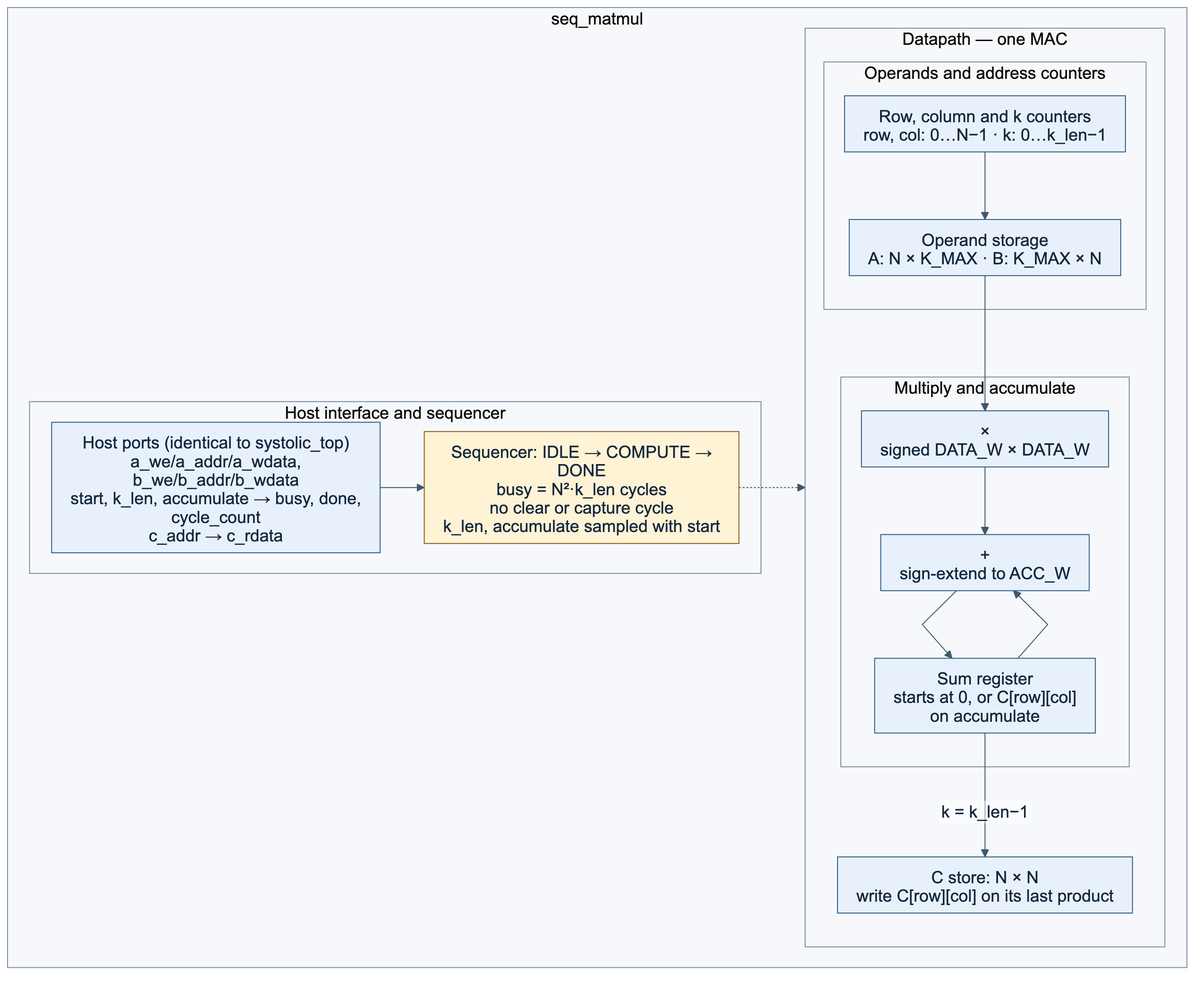
Earlier version of the Mermaid export docs/architecture/png/seq_baseline.png (vks-g/systolic-matmul-accelerator). Its source is kept beside it as docs/architecture/src/seq_baseline.mmd.
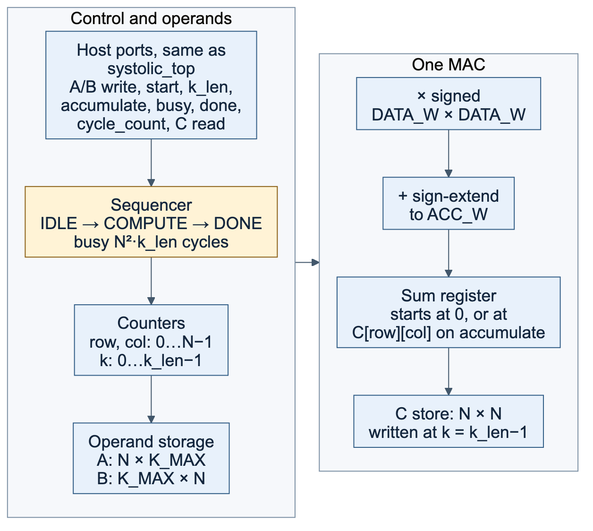
After the commit.

Commit message:
docs(architecture): fix the tiling grid order and narrow the baseline

Change to the diagram source:
```diff
@@ -1,44 +1,31 @@
 ---
 config:
   flowchart:
-    nodeSpacing: 24
-    rankSpacing: 22
-    padding: 10
-    wrappingWidth: 320
+    nodeSpacing: 18
+    rankSpacing: 26
+    padding: 8
+    wrappingWidth: 240
 ---
 flowchart LR
   accTitle: Sequential baseline block diagram — one MAC, same host interface as the accelerator
   accDescr: seq_matmul keeps the same ports, address map and host protocol as systolic_top. Operand storage holds A and B. Row, column and k counters address the storage. A single multiplier and adder form one MAC; the running sum restarts at zero, or at the stored C element on an accumulate run. Each finished element is written to the C store in the cycle of its last product. The sequencer is busy for N squared times k_len cycles.
 
-  subgraph top["seq_matmul"]
-    direction LR
-    subgraph control["Host interface and sequencer"]
-      direction TB
-      host["Host ports (identical to systolic_top)<br/>a_we/a_addr/a_wdata, b_we/b_addr/b_wdata<br/>start, k_len, accumulate → busy, done, cycle_count<br/>c_addr → c_rdata"]
-      seq["Sequencer: IDLE → COMPUTE → DONE<br/>busy = N²·k_len cycles<br/>no clear or capture cycle<br/>k_len, accumulate sampled with start"]
-      host --> seq
-    end
-    subgraph dp["Datapath — one MAC"]
-      direction TB
-      subgraph operands["Operands and address counters"]
-        direction LR
-        store["Operand storage<br/>A: N × K_MAX  ·  B: K_MAX × N"]
-        ctr["Row, column and k counters<br/>row, col: 0…N−1  ·  k: 0…k_len−1"]
-      end
-      subgraph mac["Multiply and accumulate"]
-        direction LR
-        mul["×<br/>signed DATA_W × DATA_W"]
-        add["+<br/>sign-extend to ACC_W"]
-        sum["Sum register<br/>starts at 0, or C[row][col]<br/>on accumulate"]
-        mul --> add --> sum
-        sum --> add
-      end
-      cstore["C store: N × N<br/>write C[row][col] on its last product"]
-      store --> mul
-      ctr --> store
-      sum -->|"k = k_len−1"| cstore
-    end
-    seq -.-> dp
+  subgraph ctl["Control and operands"]
+    direction TB
+    host["Host ports, same as systolic_top<br/>A/B write, start, k_len,<br/>accumulate, busy, done,<br/>cycle_count, C read"]
+    seq["Sequencer<br/>IDLE → COMPUTE → DONE<br/>busy N²·k_len cycles"]
+    ctr["Counters<br/>row, col: 0…N−1<br/>k: 0…k_len−1"]
+    store["Operand storage<br/>A: N × K_MAX<br/>B: K_MAX × N"]
+    host --> seq --> ctr --> store
   end
+  subgraph mac["One MAC"]
+    direction TB
+    mul["× signed<br/>DATA_W × DATA_W"]
+    add["+ sign-extend<br/>to ACC_W"]
+    sum["Sum register<br/>starts at 0, or at<br/>C[row][col] on accumulate"]
+    cstore["C store: N × N<br/>written at k = k_len−1"]
+    mul --> add --> sum --> cstore
+  end
+  ctl --> mac
   classDef control fill:#fff3d6,stroke:#8b6016,color:#13263d
   class seq control
```
